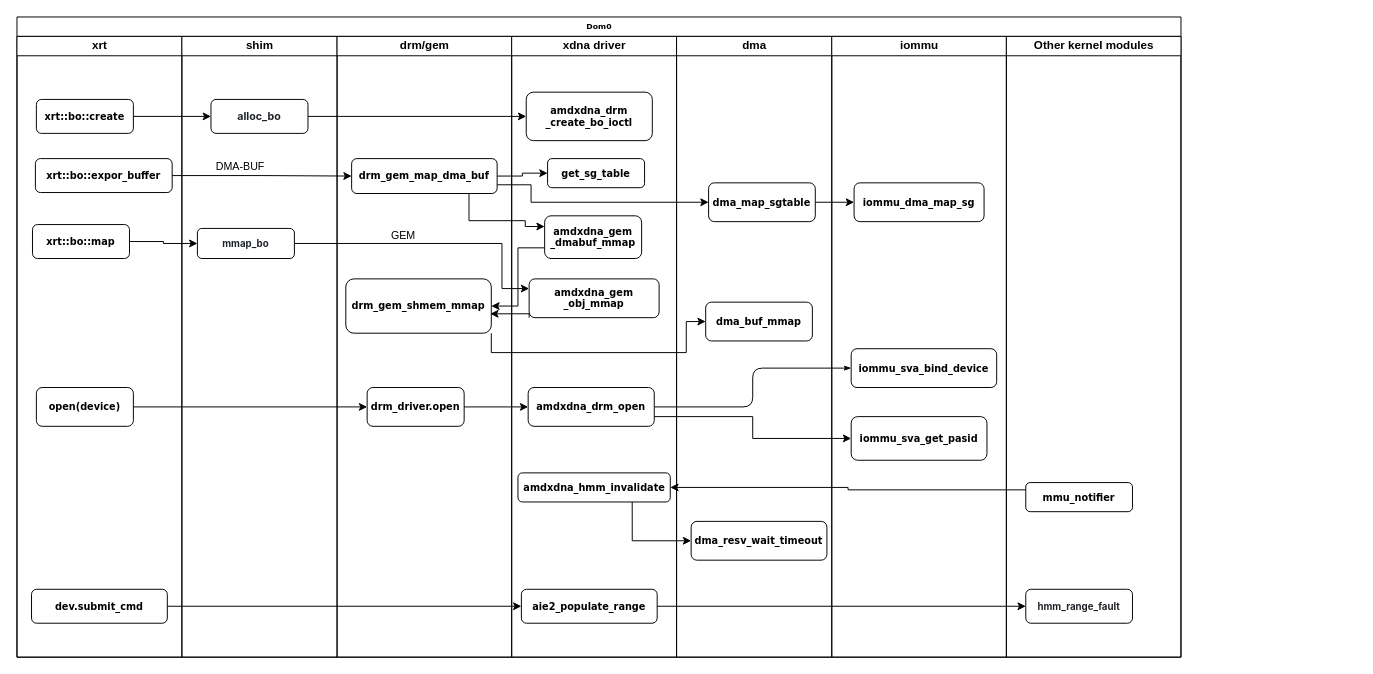
samwyi/test keeps this draw.io diagram as bo_alloc_map.drawio. Above is the earlier version. Source tidied: cells renumbered, new cells numbered last; positions are measured from the earlier drawing's top-left corner, leaving out a move shared by most shapes. Both pictures are drawn from the tidied source at 97%, with x=0, y=0 at pixel (16, 16).
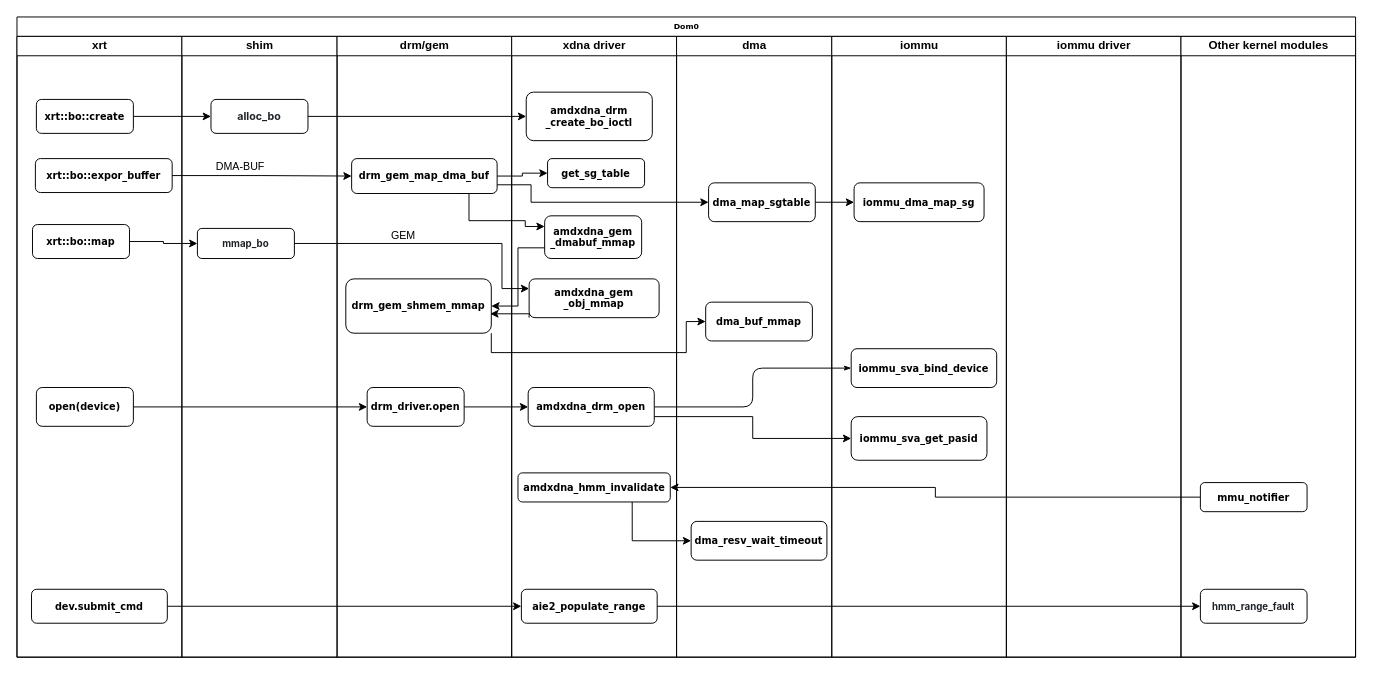
The same page after the edit.

The change refers to these unchanged cells:
```xml
<mxCell id="18" value="amdxdna_hmm_invalidate" style="rounded=1;whiteSpace=wrap;html=1;shadow=0;labelBackgroundColor=none;strokeWidth=1;fontFamily=Verdana;fontSize=10;align=center;fontStyle=1;" parent="14" vertex="1">
  <mxGeometry x="6.5" y="450" width="157" height="30" as="geometry" />
</mxCell>
```

Change to the diagram source:
```diff
@@
     <mxCell id="2" value="Dom0" style="swimlane;html=1;startSize=20;rounded=0;shadow=0;labelBackgroundColor=none;strokeWidth=1;fontFamily=Verdana;fontSize=8;align=center;" parent="1" vertex="1">
-      <mxGeometry width="1200" height="660" as="geometry" />
+      <mxGeometry width="1380" height="660" as="geometry" />
     </mxCell>
@@
-    <mxCell id="32" value="Other kernel modules" style="swimlane;html=1;startSize=20;" parent="2" vertex="1">
+    <mxCell id="32" value="iommu driver" style="swimlane;html=1;startSize=20;" parent="2" vertex="1">
       <mxGeometry x="1020" y="20" width="180" height="640" as="geometry" />
     </mxCell>
-    <mxCell id="33" value="mmu_notifier" style="rounded=1;whiteSpace=wrap;html=1;shadow=0;labelBackgroundColor=none;strokeWidth=1;fontFamily=Verdana;fontSize=10;align=center;fontStyle=1;" parent="32" vertex="1">
-      <mxGeometry x="20" y="460" width="110" height="30" as="geometry" />
-    </mxCell>
-    <mxCell id="34" value="&lt;span style=&quot;color: rgb(31, 35, 40); font-family: -apple-system, BlinkMacSystemFont, &amp;quot;Segoe UI&amp;quot;, &amp;quot;Noto Sans&amp;quot;, Helvetica, Arial, sans-serif, &amp;quot;Apple Color Emoji&amp;quot;, &amp;quot;Segoe UI Emoji&amp;quot;; text-align: left; background-color: rgb(255, 255, 255);&quot;&gt;hmm_range_fault&lt;/span&gt;" style="rounded=1;whiteSpace=wrap;html=1;shadow=0;labelBackgroundColor=none;strokeWidth=1;fontFamily=Verdana;fontSize=10;align=center;fontStyle=1;" parent="32" vertex="1">
-      <mxGeometry x="20" y="570" width="110" height="35" as="geometry" />
-    </mxCell>
@@
-    <mxCell id="36" style="edgeStyle=orthogonalEdgeStyle;rounded=0;jettySize=auto;html=1;exitX=0;exitY=0.25;exitDx=0;exitDy=0;entryX=1;entryY=0.5;entryDx=0;entryDy=0;" parent="2" edge="1" source="33" target="18">
+    <mxCell id="36" style="edgeStyle=orthogonalEdgeStyle;rounded=0;jettySize=auto;html=1;exitX=0;exitY=0.5;exitDx=0;exitDy=0;entryX=1;entryY=0.5;entryDx=0;entryDy=0;" parent="2" edge="1" source="33" target="18">
       <mxGeometry relative="1" as="geometry" />
     </mxCell>
@@
+    <mxCell id="57" value="Other kernel modules" style="swimlane;html=1;startSize=20;" parent="2" vertex="1">
+      <mxGeometry x="1200" y="20" width="180" height="640" as="geometry" />
+    </mxCell>
+    <mxCell id="33" value="mmu_notifier" style="rounded=1;whiteSpace=wrap;html=1;shadow=0;labelBackgroundColor=none;strokeWidth=1;fontFamily=Verdana;fontSize=10;align=center;fontStyle=1;" parent="57" vertex="1">
+      <mxGeometry x="20" y="460" width="110" height="30" as="geometry" />
+    </mxCell>
+    <mxCell id="34" value="&lt;span style=&quot;color: rgb(31, 35, 40); font-family: -apple-system, BlinkMacSystemFont, &amp;quot;Segoe UI&amp;quot;, &amp;quot;Noto Sans&amp;quot;, Helvetica, Arial, sans-serif, &amp;quot;Apple Color Emoji&amp;quot;, &amp;quot;Segoe UI Emoji&amp;quot;; text-align: left; background-color: rgb(255, 255, 255);&quot;&gt;hmm_range_fault&lt;/span&gt;" style="rounded=1;whiteSpace=wrap;html=1;shadow=0;labelBackgroundColor=none;strokeWidth=1;fontFamily=Verdana;fontSize=10;align=center;fontStyle=1;" parent="57" vertex="1">
+      <mxGeometry x="20" y="570" width="110" height="35" as="geometry" />
+    </mxCell>
```
